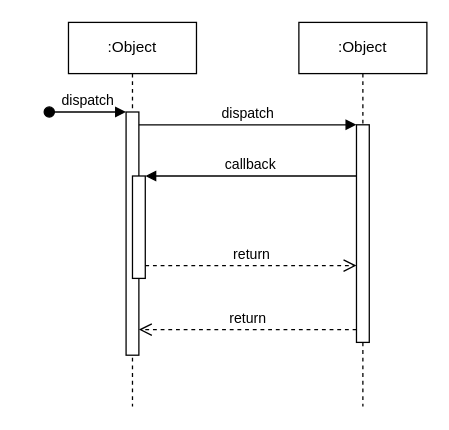
This is doc/DiS_consulte_planning.drawio from MelissaHOA/EXO_Gestion_Ecole, a draw.io file, before an edit. Source tidied: cells renumbered, new cells numbered last; positions are measured from the earlier drawing's top-left corner, leaving out a move shared by most shapes. Both pictures are drawn from the tidied source at 128%, with x=0, y=0 at pixel (49, 22).
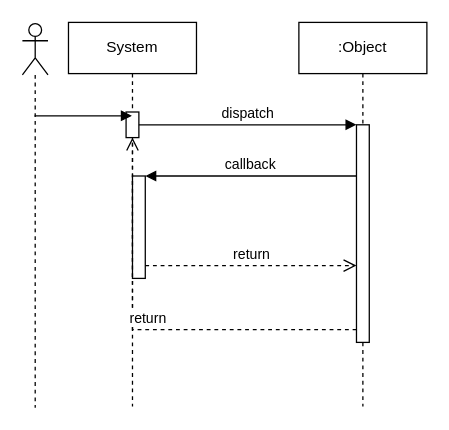
The same page after the edit.

Commit message (it also covers changes not shown here):
Mettre à jour DiS_consulte_planning.drawio

The edit, as a diff of the source:
```diff
@@
 <mxGraphModel>
   <root>
     <mxCell id="0" />
     <mxCell id="1" parent="0" />
-    <mxCell id="2" value=":Object" style="shape=umlLifeline;perimeter=lifelinePerimeter;whiteSpace=wrap;html=1;newEdgeStyle={&quot;edgeStyle&quot;:&quot;elbowEdgeStyle&quot;,&quot;elbow&quot;:&quot;vertical&quot;,&quot;curved&quot;:0,&quot;rounded&quot;:0};" parent="1" vertex="1">
+    <mxCell id="2" value="System" style="shape=umlLifeline;perimeter=lifelinePerimeter;whiteSpace=wrap;html=1;newEdgeStyle={&quot;edgeStyle&quot;:&quot;elbowEdgeStyle&quot;,&quot;elbow&quot;:&quot;vertical&quot;,&quot;curved&quot;:0,&quot;rounded&quot;:0};" parent="1" vertex="1">
       <mxGeometry x="15" width="100" height="300" as="geometry" />
     </mxCell>
     <mxCell id="3" style="html=1;points=[];perimeter=orthogonalPerimeter;outlineConnect=0;targetShapes=umlLifeline;portConstraint=eastwest;newEdgeStyle={&quot;edgeStyle&quot;:&quot;elbowEdgeStyle&quot;,&quot;elbow&quot;:&quot;vertical&quot;,&quot;curved&quot;:0,&quot;rounded&quot;:0};" parent="2" vertex="1">
-      <mxGeometry x="45" y="70" width="10" height="190" as="geometry" />
+      <mxGeometry x="45" y="70" width="10" height="20" as="geometry" />
     </mxCell>
-    <mxCell id="4" value="dispatch" style="html=1;verticalAlign=bottom;startArrow=oval;endArrow=block;startSize=8;edgeStyle=elbowEdgeStyle;elbow=vertical;curved=0;rounded=0;" parent="2" edge="1" target="3">
-      <mxGeometry relative="1" as="geometry">
-        <mxPoint x="-15" y="70" as="sourcePoint" />
-      </mxGeometry>
-    </mxCell>
     <mxCell id="5" style="html=1;points=[];perimeter=orthogonalPerimeter;outlineConnect=0;targetShapes=umlLifeline;portConstraint=eastwest;newEdgeStyle={&quot;edgeStyle&quot;:&quot;elbowEdgeStyle&quot;,&quot;elbow&quot;:&quot;vertical&quot;,&quot;curved&quot;:0,&quot;rounded&quot;:0};" parent="2" vertex="1">
       <mxGeometry x="50" y="120" width="10" height="80" as="geometry" />
     </mxCell>
     <mxCell id="6" value=":Object" style="shape=umlLifeline;perimeter=lifelinePerimeter;whiteSpace=wrap;html=1;newEdgeStyle={&quot;edgeStyle&quot;:&quot;elbowEdgeStyle&quot;,&quot;elbow&quot;:&quot;vertical&quot;,&quot;curved&quot;:0,&quot;rounded&quot;:0};" parent="1" vertex="1">
       <mxGeometry x="195" width="100" height="300" as="geometry" />
     </mxCell>
     <mxCell id="7" style="html=1;points=[];perimeter=orthogonalPerimeter;outlineConnect=0;targetShapes=umlLifeline;portConstraint=eastwest;newEdgeStyle={&quot;edgeStyle&quot;:&quot;elbowEdgeStyle&quot;,&quot;elbow&quot;:&quot;vertical&quot;,&quot;curved&quot;:0,&quot;rounded&quot;:0};" parent="6" vertex="1">
       <mxGeometry x="45" y="80" width="10" height="170" as="geometry" />
     </mxCell>
     <mxCell id="8" value="dispatch" style="html=1;verticalAlign=bottom;endArrow=block;edgeStyle=elbowEdgeStyle;elbow=vertical;curved=0;rounded=0;" parent="1" edge="1" source="3" target="7">
       <mxGeometry relative="1" as="geometry">
         <Array as="points">
           <mxPoint x="155" y="80" />
         </Array>
       </mxGeometry>
     </mxCell>
     <mxCell id="9" value="return" style="html=1;verticalAlign=bottom;endArrow=open;dashed=1;endSize=8;edgeStyle=elbowEdgeStyle;elbow=vertical;curved=0;rounded=0;" parent="1" edge="1" source="7" target="3">
       <mxGeometry relative="1" as="geometry">
         <Array as="points">
           <mxPoint x="165" y="240" />
         </Array>
       </mxGeometry>
     </mxCell>
     <mxCell id="10" value="callback" style="html=1;verticalAlign=bottom;endArrow=block;edgeStyle=elbowEdgeStyle;elbow=vertical;curved=0;rounded=0;" parent="1" edge="1" source="7" target="5">
       <mxGeometry relative="1" as="geometry">
         <Array as="points">
           <mxPoint x="165" y="120" />
         </Array>
       </mxGeometry>
     </mxCell>
     <mxCell id="11" value="return" style="html=1;verticalAlign=bottom;endArrow=open;dashed=1;endSize=8;edgeStyle=elbowEdgeStyle;elbow=vertical;curved=0;rounded=0;" parent="1" edge="1" source="5" target="7">
       <mxGeometry relative="1" as="geometry">
         <Array as="points">
           <mxPoint x="155" y="190" />
         </Array>
       </mxGeometry>
     </mxCell>
+    <mxCell id="12" style="shape=umlLifeline;perimeter=lifelinePerimeter;whiteSpace=wrap;html=1;newEdgeStyle={&quot;curved&quot;:0,&quot;rounded&quot;:0};participant=umlActor;" parent="1" vertex="1">
+      <mxGeometry x="-21" y="1" width="20" height="300" as="geometry" />
+    </mxCell>
+    <mxCell id="13" style="html=1;verticalAlign=bottom;labelBackgroundColor=none;endArrow=block;endFill=1;rounded=0;" parent="1" edge="1">
+      <mxGeometry relative="1" as="geometry">
+        <mxPoint x="-11.5" y="73" as="sourcePoint" />
+        <mxPoint x="64.5" y="73" as="targetPoint" />
+      </mxGeometry>
+    </mxCell>
   </root>
 </mxGraphModel>
```
